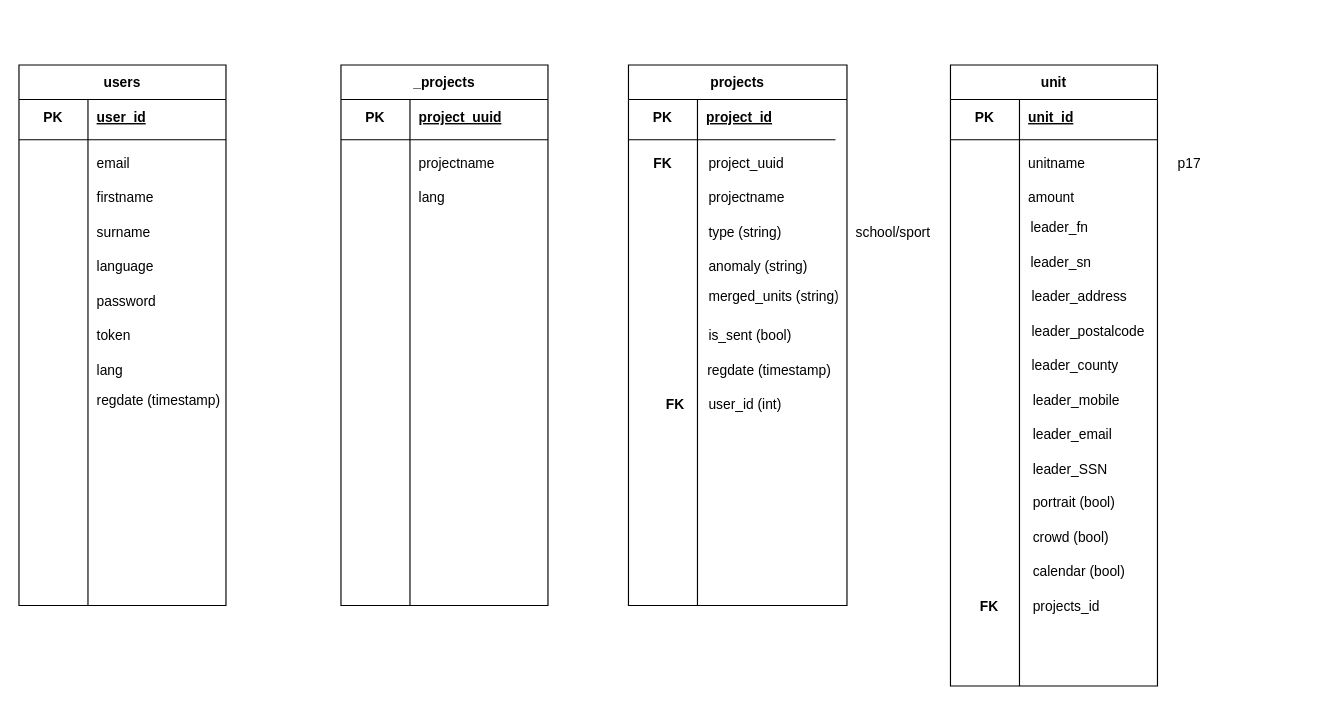
The draw.io diagram tables.drawio in LucasHSchuber/fotografportalen_new, before the edit. Source tidied: cells renumbered, new cells numbered last; positions are measured from the earlier drawing's top-left corner, leaving out a move shared by most shapes. Both pictures are drawn from the tidied source at 115%, with x=0, y=0 at pixel (18, 64).
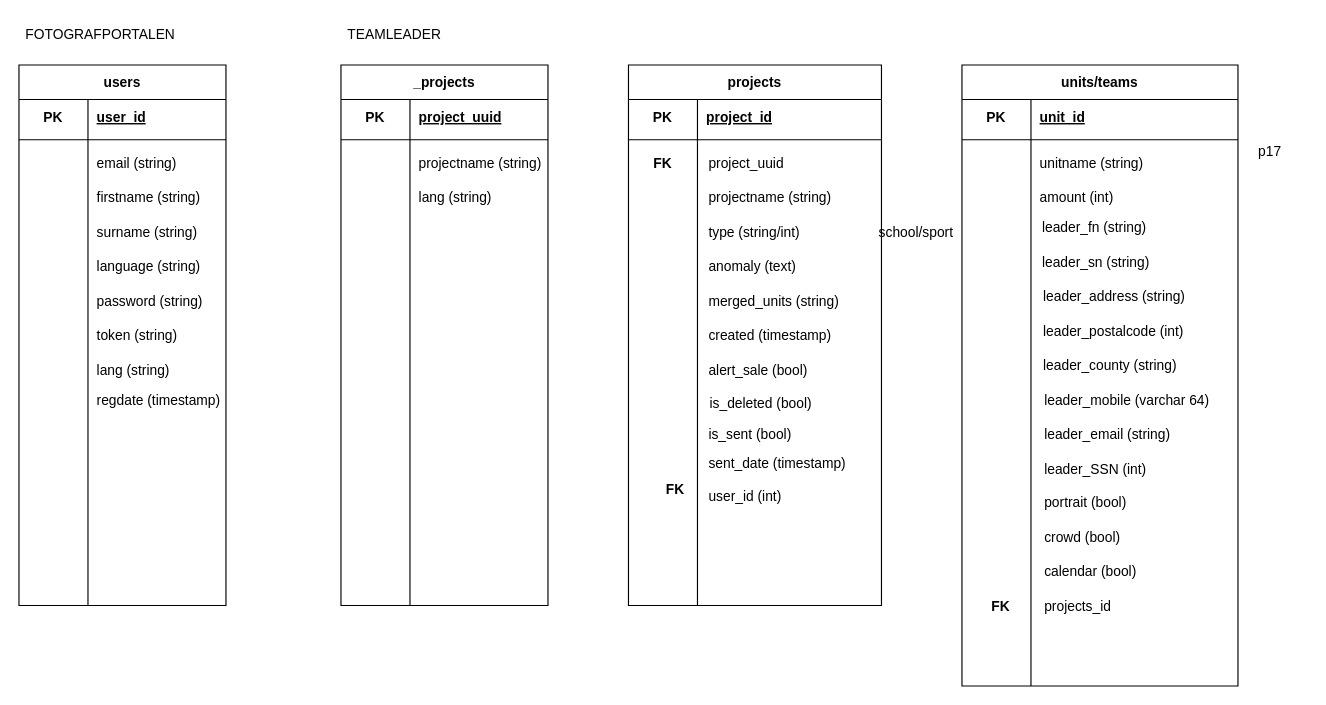
Above is the later version.

Change to the diagram source:
```diff
@@
-    <mxCell id="12" value="surname" style="shape=partialRectangle;fillColor=none;top=0;left=0;bottom=0;right=0;align=left;spacingLeft=6;overflow=hidden;" parent="1" vertex="1">
+    <mxCell id="12" value="surname (string)" style="shape=partialRectangle;fillColor=none;top=0;left=0;bottom=0;right=0;align=left;spacingLeft=6;overflow=hidden;" parent="1" vertex="1">
       <mxGeometry x="60" y="130" width="120" height="30" as="geometry" />
     </mxCell>
-    <mxCell id="13" value="language" style="shape=partialRectangle;fillColor=none;top=0;left=0;bottom=0;right=0;align=left;spacingLeft=6;overflow=hidden;" parent="1" vertex="1">
+    <mxCell id="13" value="language (string)" style="shape=partialRectangle;fillColor=none;top=0;left=0;bottom=0;right=0;align=left;spacingLeft=6;overflow=hidden;" parent="1" vertex="1">
       <mxGeometry x="60" y="160" width="120" height="30" as="geometry" />
     </mxCell>
-    <mxCell id="14" value="firstname" style="shape=partialRectangle;fillColor=none;top=0;left=0;bottom=0;right=0;align=left;spacingLeft=6;overflow=hidden;" parent="1" vertex="1">
+    <mxCell id="14" value="firstname (string)" style="shape=partialRectangle;fillColor=none;top=0;left=0;bottom=0;right=0;align=left;spacingLeft=6;overflow=hidden;" parent="1" vertex="1">
       <mxGeometry x="60" y="100" width="120" height="30" as="geometry" />
     </mxCell>
@@
-    <mxCell id="16" value="email" style="shape=partialRectangle;fillColor=none;top=0;left=0;bottom=0;right=0;align=left;spacingLeft=6;overflow=hidden;" parent="1" vertex="1">
+    <mxCell id="16" value="email (string)" style="shape=partialRectangle;fillColor=none;top=0;left=0;bottom=0;right=0;align=left;spacingLeft=6;overflow=hidden;" parent="1" vertex="1">
       <mxGeometry x="60" y="70" width="120" height="30" as="geometry" />
     </mxCell>
-    <mxCell id="17" value="password" style="shape=partialRectangle;fillColor=none;top=0;left=0;bottom=0;right=0;align=left;spacingLeft=6;overflow=hidden;" parent="1" vertex="1">
+    <mxCell id="17" value="password (string)" style="shape=partialRectangle;fillColor=none;top=0;left=0;bottom=0;right=0;align=left;spacingLeft=6;overflow=hidden;" parent="1" vertex="1">
       <mxGeometry x="60" y="190" width="120" height="30" as="geometry" />
     </mxCell>
-    <mxCell id="18" value="token" style="shape=partialRectangle;fillColor=none;top=0;left=0;bottom=0;right=0;align=left;spacingLeft=6;overflow=hidden;" parent="1" vertex="1">
+    <mxCell id="18" value="token (string)" style="shape=partialRectangle;fillColor=none;top=0;left=0;bottom=0;right=0;align=left;spacingLeft=6;overflow=hidden;" parent="1" vertex="1">
       <mxGeometry x="60" y="220" width="120" height="30" as="geometry" />
     </mxCell>
@@
-    <mxCell id="30" value="lang" style="shape=partialRectangle;fillColor=none;top=0;left=0;bottom=0;right=0;align=left;spacingLeft=6;overflow=hidden;" parent="1" vertex="1">
+    <mxCell id="30" value="lang (string)" style="shape=partialRectangle;fillColor=none;top=0;left=0;bottom=0;right=0;align=left;spacingLeft=6;overflow=hidden;" parent="1" vertex="1">
       <mxGeometry x="340" y="100" width="120" height="30" as="geometry" />
     </mxCell>
-    <mxCell id="31" value="projectname" style="shape=partialRectangle;fillColor=none;top=0;left=0;bottom=0;right=0;align=left;spacingLeft=6;overflow=hidden;" parent="1" vertex="1">
+    <mxCell id="31" value="projectname (string)" style="shape=partialRectangle;fillColor=none;top=0;left=0;bottom=0;right=0;align=left;spacingLeft=6;overflow=hidden;" parent="1" vertex="1">
       <mxGeometry x="340" y="70" width="120" height="30" as="geometry" />
     </mxCell>
     <mxCell id="32" value="projects" style="shape=table;startSize=30;childLayout=tableLayout;rowLines=0;fontStyle=1;align=center;" parent="1" vertex="1">
-      <mxGeometry x="530" width="190" height="470" as="geometry" />
+      <mxGeometry x="530" width="220" height="470" as="geometry" />
     </mxCell>
     <mxCell id="33" style="shape=tableRow;horizontal=0;startSize=0;swimlaneHead=0;swimlaneBody=0;fillColor=none;top=0;left=0;right=0;bottom=0;" parent="32" vertex="1">
-      <mxGeometry y="30" width="190" height="30" as="geometry" />
+      <mxGeometry y="30" width="220" height="30" as="geometry" />
     </mxCell>
@@
     <mxCell id="35" value="project_id" style="shape=partialRectangle;fillColor=none;top=0;left=0;bottom=0;right=0;align=left;spacingLeft=6;fontStyle=5;overflow=hidden;" parent="33" vertex="1">
-      <mxGeometry x="60" width="130" height="30" as="geometry" />
+      <mxGeometry x="60" width="160" height="30" as="geometry" />
     </mxCell>
     <mxCell id="36" style="shape=tableRow;horizontal=0;startSize=0;swimlaneHead=0;swimlaneBody=0;fillColor=none;top=0;left=0;right=0;bottom=0;" parent="32" vertex="1">
-      <mxGeometry y="60" width="190" height="30" as="geometry" />
+      <mxGeometry y="60" width="220" height="30" as="geometry" />
     </mxCell>
@@
     <mxCell id="38" style="shape=partialRectangle;fillColor=none;top=0;left=0;bottom=0;right=0;align=left;spacingLeft=6;overflow=hidden;" parent="36" vertex="1">
-      <mxGeometry x="60" width="130" height="30" as="geometry" />
+      <mxGeometry x="60" width="160" height="30" as="geometry" />
     </mxCell>
     <mxCell id="39" style="shape=tableRow;horizontal=0;startSize=0;swimlaneHead=0;swimlaneBody=0;fillColor=none;top=0;left=0;right=0;bottom=0;" parent="32" vertex="1">
-      <mxGeometry y="90" width="190" height="380" as="geometry" />
+      <mxGeometry y="90" width="220" height="380" as="geometry" />
     </mxCell>
@@
     <mxCell id="41" style="shape=partialRectangle;fillColor=none;top=0;left=0;bottom=0;right=0;align=left;spacingLeft=6;overflow=hidden;" parent="39" vertex="1">
-      <mxGeometry x="60" width="130" height="380" as="geometry" />
+      <mxGeometry x="60" width="160" height="380" as="geometry" />
     </mxCell>
     <mxCell id="42" style="line;strokeWidth=1;dashed=0;labelPosition=right;align=left;verticalAlign=middle;spacingTop=0;spacingLeft=6;" parent="1" vertex="1">
-      <mxGeometry x="530" y="60" width="180" height="10" as="geometry" />
+      <mxGeometry x="530" y="60" width="220" height="10" as="geometry" />
     </mxCell>
-    <mxCell id="43" value="project_uuid" style="shape=partialRectangle;fillColor=none;top=0;left=0;bottom=0;right=0;align=left;spacingLeft=6;overflow=hidden;" parent="1" vertex="1">
-      <mxGeometry x="592" y="70" width="120" height="30" as="geometry" />
+    <mxCell id="43" value="project_uuid" style="shape=partialRectangle;fillColor=none;top=0;left=0;bottom=0;right=0;align=left;spacingLeft=6;overflow=hidden;direction=south;" parent="1" vertex="1">
+      <mxGeometry x="592" y="25" width="128" height="120" as="geometry" />
     </mxCell>
@@
-    <mxCell id="45" value="projectname" style="shape=partialRectangle;fillColor=none;top=0;left=0;bottom=0;right=0;align=left;spacingLeft=6;overflow=hidden;" parent="1" vertex="1">
+    <mxCell id="45" value="projectname (string)" style="shape=partialRectangle;fillColor=none;top=0;left=0;bottom=0;right=0;align=left;spacingLeft=6;overflow=hidden;" parent="1" vertex="1">
       <mxGeometry x="592" y="100" width="120" height="30" as="geometry" />
     </mxCell>
     <mxCell id="46" value="user_id (int)" style="shape=partialRectangle;fillColor=none;top=0;left=0;bottom=0;right=0;align=left;spacingLeft=6;overflow=hidden;" parent="1" vertex="1">
-      <mxGeometry x="592" y="280" width="120" height="30" as="geometry" />
+      <mxGeometry x="592" y="360" width="120" height="30" as="geometry" />
     </mxCell>
-    <mxCell id="47" value="type (string)" style="shape=partialRectangle;fillColor=none;top=0;left=0;bottom=0;right=0;align=left;spacingLeft=6;overflow=hidden;" parent="1" vertex="1">
+    <mxCell id="47" value="type (string/int)" style="shape=partialRectangle;fillColor=none;top=0;left=0;bottom=0;right=0;align=left;spacingLeft=6;overflow=hidden;" parent="1" vertex="1">
       <mxGeometry x="592" y="130" width="120" height="30" as="geometry" />
     </mxCell>
     <mxCell id="48" value="FK" style="shape=partialRectangle;fillColor=none;top=0;left=0;bottom=0;right=0;fontStyle=1;overflow=hidden;" parent="1" vertex="1">
-      <mxGeometry x="541" y="280" width="60" height="30" as="geometry" />
+      <mxGeometry x="541" y="354" width="60" height="30" as="geometry" />
     </mxCell>
-    <mxCell id="49" value="lang" style="shape=partialRectangle;fillColor=none;top=0;left=0;bottom=0;right=0;align=left;spacingLeft=6;overflow=hidden;" parent="1" vertex="1">
+    <mxCell id="49" value="lang (string)" style="shape=partialRectangle;fillColor=none;top=0;left=0;bottom=0;right=0;align=left;spacingLeft=6;overflow=hidden;" parent="1" vertex="1">
       <mxGeometry x="60" y="250" width="120" height="30" as="geometry" />
     </mxCell>
     <mxCell id="50" value="is_sent (bool)" style="shape=partialRectangle;fillColor=none;top=0;left=0;bottom=0;right=0;align=left;spacingLeft=6;overflow=hidden;" parent="1" vertex="1">
-      <mxGeometry x="592" y="220" width="120" height="30" as="geometry" />
+      <mxGeometry x="592" y="306" width="120" height="30" as="geometry" />
     </mxCell>
     <mxCell id="51" value="school/sport" style="shape=partialRectangle;fillColor=none;top=0;left=0;bottom=0;right=0;align=left;spacingLeft=6;overflow=hidden;" parent="1" vertex="1">
-      <mxGeometry x="720" y="130" width="120" height="30" as="geometry" />
+      <mxGeometry x="740" y="130" width="120" height="30" as="geometry" />
     </mxCell>
-    <mxCell id="52" value="anomaly (string)" style="shape=partialRectangle;fillColor=none;top=0;left=0;bottom=0;right=0;align=left;spacingLeft=6;overflow=hidden;" parent="1" vertex="1">
-      <mxGeometry x="592" y="160" width="120" height="30" as="geometry" />
+    <mxCell id="52" value="anomaly (text)" style="shape=partialRectangle;fillColor=none;top=0;left=0;bottom=0;right=0;align=left;spacingLeft=6;overflow=hidden;" parent="1" vertex="1">
+      <mxGeometry x="592" y="160" width="158" height="30" as="geometry" />
     </mxCell>
-    <mxCell id="53" value="unit" style="shape=table;startSize=30;childLayout=tableLayout;rowLines=0;fontStyle=1;align=center;" parent="1" vertex="1">
-      <mxGeometry x="810" width="180" height="540" as="geometry" />
+    <mxCell id="53" value="units/teams" style="shape=table;startSize=30;childLayout=tableLayout;rowLines=0;fontStyle=1;align=center;" parent="1" vertex="1">
+      <mxGeometry x="820" width="240" height="540" as="geometry" />
     </mxCell>
     <mxCell id="54" style="shape=tableRow;horizontal=0;startSize=0;swimlaneHead=0;swimlaneBody=0;fillColor=none;top=0;left=0;right=0;bottom=0;" parent="53" vertex="1">
-      <mxGeometry y="30" width="180" height="30" as="geometry" />
+      <mxGeometry y="30" width="240" height="30" as="geometry" />
     </mxCell>
@@
     <mxCell id="56" value="unit_id" style="shape=partialRectangle;fillColor=none;top=0;left=0;bottom=0;right=0;align=left;spacingLeft=6;fontStyle=5;overflow=hidden;" parent="54" vertex="1">
-      <mxGeometry x="60" width="120" height="30" as="geometry" />
+      <mxGeometry x="60" width="180" height="30" as="geometry" />
     </mxCell>
     <mxCell id="57" style="shape=tableRow;horizontal=0;startSize=0;swimlaneHead=0;swimlaneBody=0;fillColor=none;top=0;left=0;right=0;bottom=0;" parent="53" vertex="1">
-      <mxGeometry y="60" width="180" height="30" as="geometry" />
+      <mxGeometry y="60" width="240" height="30" as="geometry" />
     </mxCell>
@@
     <mxCell id="59" style="shape=partialRectangle;fillColor=none;top=0;left=0;bottom=0;right=0;align=left;spacingLeft=6;overflow=hidden;" parent="57" vertex="1">
-      <mxGeometry x="60" width="120" height="30" as="geometry" />
+      <mxGeometry x="60" width="180" height="30" as="geometry" />
     </mxCell>
     <mxCell id="60" style="shape=tableRow;horizontal=0;startSize=0;swimlaneHead=0;swimlaneBody=0;fillColor=none;top=0;left=0;right=0;bottom=0;" parent="53" vertex="1">
-      <mxGeometry y="90" width="180" height="450" as="geometry" />
+      <mxGeometry y="90" width="240" height="450" as="geometry" />
     </mxCell>
@@
     <mxCell id="62" style="shape=partialRectangle;fillColor=none;top=0;left=0;bottom=0;right=0;align=left;spacingLeft=6;overflow=hidden;" parent="60" vertex="1">
-      <mxGeometry x="60" width="120" height="450" as="geometry" />
+      <mxGeometry x="60" width="180" height="450" as="geometry" />
     </mxCell>
     <mxCell id="63" style="line;strokeWidth=1;dashed=0;labelPosition=right;align=left;verticalAlign=middle;spacingTop=0;spacingLeft=6;" parent="1" vertex="1">
-      <mxGeometry x="810" y="60" width="180" height="10" as="geometry" />
+      <mxGeometry x="820" y="60" width="240" height="10" as="geometry" />
     </mxCell>
-    <mxCell id="64" value="unitname" style="shape=partialRectangle;fillColor=none;top=0;left=0;bottom=0;right=0;align=left;spacingLeft=6;overflow=hidden;" parent="1" vertex="1">
-      <mxGeometry x="870" y="70" width="120" height="30" as="geometry" />
+    <mxCell id="64" value="unitname (string)" style="shape=partialRectangle;fillColor=none;top=0;left=0;bottom=0;right=0;align=left;spacingLeft=6;overflow=hidden;" parent="1" vertex="1">
+      <mxGeometry x="880" y="70" width="120" height="30" as="geometry" />
     </mxCell>
-    <mxCell id="65" value="leader_fn" style="shape=partialRectangle;fillColor=none;top=0;left=0;bottom=0;right=0;align=left;spacingLeft=6;overflow=hidden;" parent="1" vertex="1">
-      <mxGeometry x="872" y="126" width="120" height="30" as="geometry" />
+    <mxCell id="65" value="leader_fn (string)" style="shape=partialRectangle;fillColor=none;top=0;left=0;bottom=0;right=0;align=left;spacingLeft=6;overflow=hidden;" parent="1" vertex="1">
+      <mxGeometry x="882" y="126" width="120" height="30" as="geometry" />
     </mxCell>
     <mxCell id="66" value="projects_id" style="shape=partialRectangle;fillColor=none;top=0;left=0;bottom=0;right=0;align=left;spacingLeft=6;overflow=hidden;" parent="1" vertex="1">
-      <mxGeometry x="874" y="455" width="120" height="30" as="geometry" />
+      <mxGeometry x="884" y="455" width="120" height="30" as="geometry" />
     </mxCell>
     <mxCell id="67" value="FK" style="shape=partialRectangle;fillColor=none;top=0;left=0;bottom=0;right=0;fontStyle=1;overflow=hidden;" parent="1" vertex="1">
-      <mxGeometry x="814" y="455" width="60" height="30" as="geometry" />
+      <mxGeometry x="824" y="455" width="60" height="30" as="geometry" />
     </mxCell>
     <mxCell id="68" value="portrait (bool)" style="shape=partialRectangle;fillColor=none;top=0;left=0;bottom=0;right=0;align=left;spacingLeft=6;overflow=hidden;" parent="1" vertex="1">
-      <mxGeometry x="874" y="365" width="120" height="30" as="geometry" />
+      <mxGeometry x="884" y="365" width="120" height="30" as="geometry" />
     </mxCell>
     <mxCell id="69" value="crowd (bool)" style="shape=partialRectangle;fillColor=none;top=0;left=0;bottom=0;right=0;align=left;spacingLeft=6;overflow=hidden;" parent="1" vertex="1">
-      <mxGeometry x="874" y="395" width="120" height="30" as="geometry" />
+      <mxGeometry x="884" y="395" width="120" height="30" as="geometry" />
     </mxCell>
-    <mxCell id="70" value="leader_sn" style="shape=partialRectangle;fillColor=none;top=0;left=0;bottom=0;right=0;align=left;spacingLeft=6;overflow=hidden;" parent="1" vertex="1">
-      <mxGeometry x="872" y="156" width="120" height="30" as="geometry" />
+    <mxCell id="70" value="leader_sn (string)" style="shape=partialRectangle;fillColor=none;top=0;left=0;bottom=0;right=0;align=left;spacingLeft=6;overflow=hidden;" parent="1" vertex="1">
+      <mxGeometry x="882" y="156" width="120" height="30" as="geometry" />
     </mxCell>
     <mxCell id="71" value="p17" style="shape=partialRectangle;fillColor=none;top=0;left=0;bottom=0;right=0;align=left;spacingLeft=6;overflow=hidden;" parent="1" vertex="1">
-      <mxGeometry x="1000" y="70" width="120" height="30" as="geometry" />
+      <mxGeometry x="1070" y="60" width="30" height="30" as="geometry" />
     </mxCell>
-    <mxCell id="72" value="leader_address" style="shape=partialRectangle;fillColor=none;top=0;left=0;bottom=0;right=0;align=left;spacingLeft=6;overflow=hidden;" parent="1" vertex="1">
-      <mxGeometry x="873" y="186" width="120" height="30" as="geometry" />
+    <mxCell id="72" value="leader_address (string)" style="shape=partialRectangle;fillColor=none;top=0;left=0;bottom=0;right=0;align=left;spacingLeft=6;overflow=hidden;" parent="1" vertex="1">
+      <mxGeometry x="883" y="186" width="147" height="30" as="geometry" />
     </mxCell>
-    <mxCell id="73" value="leader_postalcode" style="shape=partialRectangle;fillColor=none;top=0;left=0;bottom=0;right=0;align=left;spacingLeft=6;overflow=hidden;" parent="1" vertex="1">
-      <mxGeometry x="873" y="216" width="120" height="30" as="geometry" />
+    <mxCell id="73" value="leader_postalcode (int)" style="shape=partialRectangle;fillColor=none;top=0;left=0;bottom=0;right=0;align=left;spacingLeft=6;overflow=hidden;" parent="1" vertex="1">
+      <mxGeometry x="883" y="216" width="137" height="30" as="geometry" />
     </mxCell>
-    <mxCell id="74" value="leader_county" style="shape=partialRectangle;fillColor=none;top=0;left=0;bottom=0;right=0;align=left;spacingLeft=6;overflow=hidden;" parent="1" vertex="1">
-      <mxGeometry x="873" y="246" width="120" height="30" as="geometry" />
+    <mxCell id="74" value="leader_county (string)" style="shape=partialRectangle;fillColor=none;top=0;left=0;bottom=0;right=0;align=left;spacingLeft=6;overflow=hidden;" parent="1" vertex="1">
+      <mxGeometry x="883" y="246" width="127" height="30" as="geometry" />
     </mxCell>
-    <mxCell id="75" value="leader_mobile" style="shape=partialRectangle;fillColor=none;top=0;left=0;bottom=0;right=0;align=left;spacingLeft=6;overflow=hidden;" parent="1" vertex="1">
-      <mxGeometry x="874" y="276" width="120" height="30" as="geometry" />
+    <mxCell id="75" value="leader_mobile (varchar 64)" style="shape=partialRectangle;fillColor=none;top=0;left=0;bottom=0;right=0;align=left;spacingLeft=6;overflow=hidden;" parent="1" vertex="1">
+      <mxGeometry x="884" y="276" width="156" height="30" as="geometry" />
     </mxCell>
-    <mxCell id="76" value="leader_email" style="shape=partialRectangle;fillColor=none;top=0;left=0;bottom=0;right=0;align=left;spacingLeft=6;overflow=hidden;" parent="1" vertex="1">
-      <mxGeometry x="874" y="306" width="120" height="30" as="geometry" />
+    <mxCell id="76" value="leader_email (string)" style="shape=partialRectangle;fillColor=none;top=0;left=0;bottom=0;right=0;align=left;spacingLeft=6;overflow=hidden;" parent="1" vertex="1">
+      <mxGeometry x="884" y="306" width="120" height="30" as="geometry" />
     </mxCell>
-    <mxCell id="77" value="amount" style="shape=partialRectangle;fillColor=none;top=0;left=0;bottom=0;right=0;align=left;spacingLeft=6;overflow=hidden;" parent="1" vertex="1">
-      <mxGeometry x="870" y="100" width="120" height="30" as="geometry" />
+    <mxCell id="77" value="amount (int)" style="shape=partialRectangle;fillColor=none;top=0;left=0;bottom=0;right=0;align=left;spacingLeft=6;overflow=hidden;" parent="1" vertex="1">
+      <mxGeometry x="880" y="100" width="120" height="30" as="geometry" />
     </mxCell>
     <mxCell id="78" value="calendar (bool)" style="shape=partialRectangle;fillColor=none;top=0;left=0;bottom=0;right=0;align=left;spacingLeft=6;overflow=hidden;" parent="1" vertex="1">
-      <mxGeometry x="874" y="425" width="120" height="30" as="geometry" />
+      <mxGeometry x="884" y="425" width="120" height="30" as="geometry" />
     </mxCell>
-    <mxCell id="79" value="leader_SSN" style="shape=partialRectangle;fillColor=none;top=0;left=0;bottom=0;right=0;align=left;spacingLeft=6;overflow=hidden;" parent="1" vertex="1">
-      <mxGeometry x="874" y="336" width="120" height="30" as="geometry" />
+    <mxCell id="79" value="leader_SSN (int)" style="shape=partialRectangle;fillColor=none;top=0;left=0;bottom=0;right=0;align=left;spacingLeft=6;overflow=hidden;" parent="1" vertex="1">
+      <mxGeometry x="884" y="336" width="120" height="30" as="geometry" />
     </mxCell>
@@
-    <mxCell id="81" value="regdate (timestamp)" style="shape=partialRectangle;fillColor=none;top=0;left=0;bottom=0;right=0;align=left;spacingLeft=6;overflow=hidden;" parent="1" vertex="1">
-      <mxGeometry x="591" y="250" width="120" height="30" as="geometry" />
+    <mxCell id="81" value="created (timestamp)" style="shape=partialRectangle;fillColor=none;top=0;left=0;bottom=0;right=0;align=left;spacingLeft=6;overflow=hidden;" parent="1" vertex="1">
+      <mxGeometry x="592" y="220" width="120" height="30" as="geometry" />
     </mxCell>
     <mxCell id="82" value="merged_units (string)" style="shape=partialRectangle;fillColor=none;top=0;left=0;bottom=0;right=0;align=left;spacingLeft=6;overflow=hidden;" parent="1" vertex="1">
-      <mxGeometry x="592" y="186" width="120" height="30" as="geometry" />
+      <mxGeometry x="592" y="190" width="128" height="30" as="geometry" />
     </mxCell>
+    <mxCell id="83" value="FOTOGRAFPORTALEN" style="text;strokeColor=none;fillColor=none;spacingLeft=4;spacingRight=4;overflow=hidden;fontSize=12;" parent="1" vertex="1">
+      <mxGeometry y="-40" width="170" height="30" as="geometry" />
+    </mxCell>
+    <mxCell id="84" value="TEAMLEADER" style="text;strokeColor=none;fillColor=none;spacingLeft=4;spacingRight=4;overflow=hidden;fontSize=12;" parent="1" vertex="1">
+      <mxGeometry x="280" y="-40" width="170" height="30" as="geometry" />
+    </mxCell>
+    <mxCell id="85" value="alert_sale (bool)" style="shape=partialRectangle;fillColor=none;top=0;left=0;bottom=0;right=0;align=left;spacingLeft=6;overflow=hidden;" parent="1" vertex="1">
+      <mxGeometry x="592" y="250" width="120" height="30" as="geometry" />
+    </mxCell>
+    <mxCell id="86" value="sent_date (timestamp)" style="shape=partialRectangle;fillColor=none;top=0;left=0;bottom=0;right=0;align=left;spacingLeft=6;overflow=hidden;" parent="1" vertex="1">
+      <mxGeometry x="592" y="331" width="138" height="30" as="geometry" />
+    </mxCell>
+    <mxCell id="87" value="is_deleted (bool)" style="shape=partialRectangle;fillColor=none;top=0;left=0;bottom=0;right=0;align=left;spacingLeft=6;overflow=hidden;" parent="1" vertex="1">
+      <mxGeometry x="593" y="279" width="120" height="30" as="geometry" />
+    </mxCell>
```
